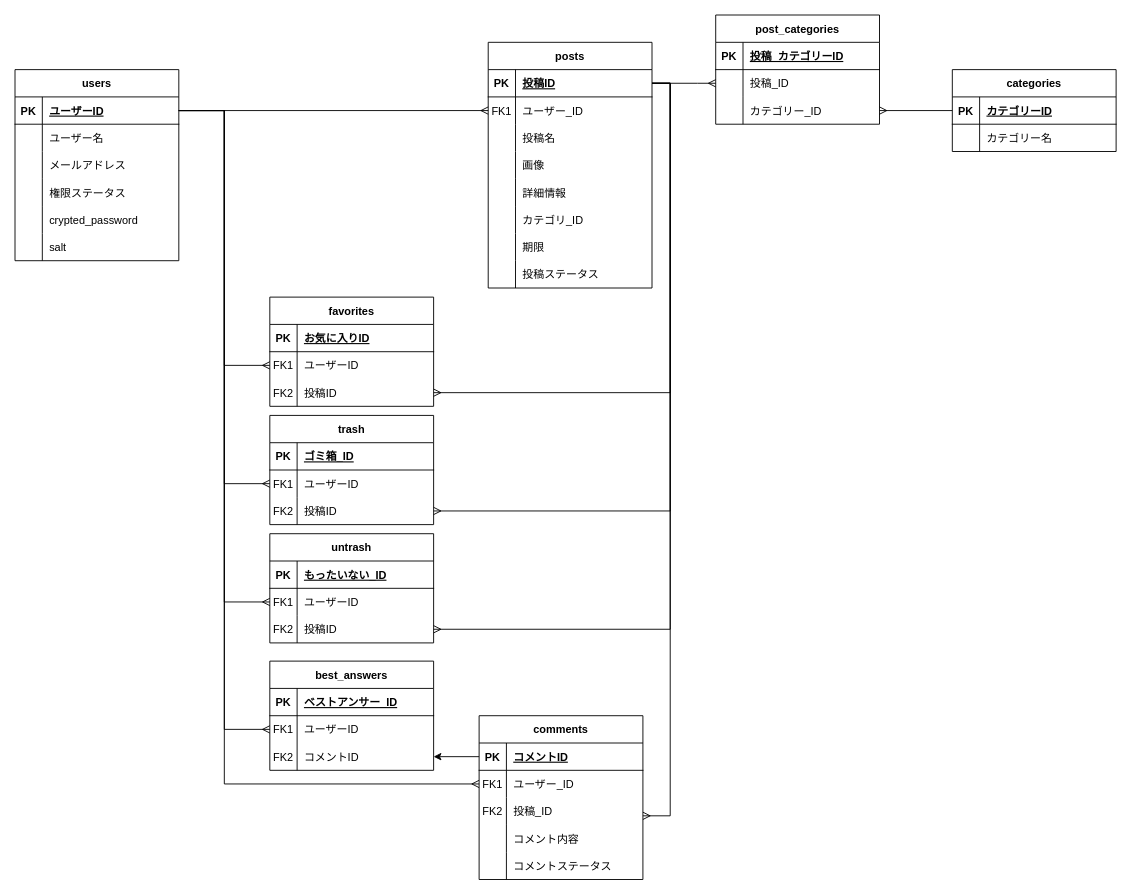
Yuto307/dansyaryu keeps this draw.io diagram as dansyaryu.drawio. Above is the earlier version. Source tidied: cells renumbered, new cells numbered last; positions are measured from the earlier drawing's top-left corner, leaving out a move shared by most shapes. Both pictures are drawn from the tidied source at 91%, with x=0, y=0 at pixel (15, 15).
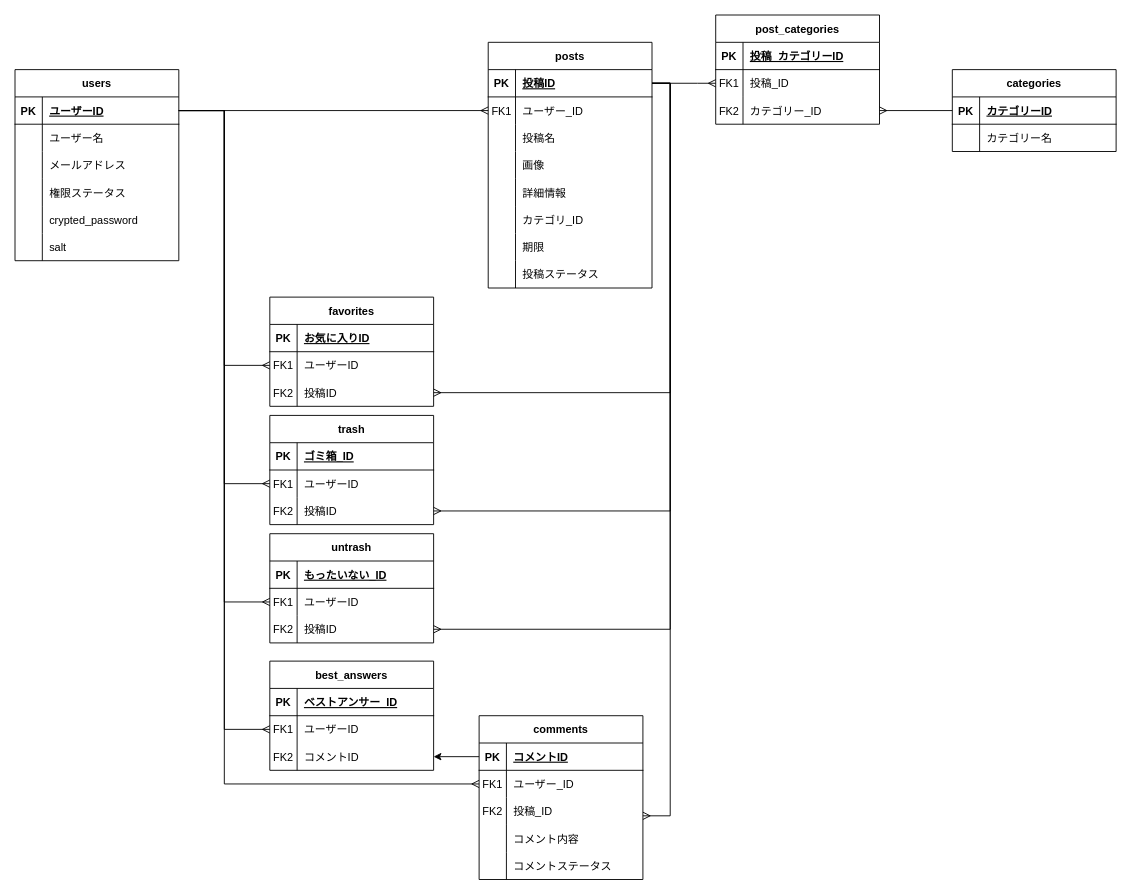
The same diagram, later.

Commit message (it also covers changes not shown here):
dansyaryu.drawio を更新します

Unchanged cells that the change refers to:
```xml
<mxCell id="125" style="shape=tableRow;horizontal=0;startSize=0;swimlaneHead=0;swimlaneBody=0;fillColor=none;points=[[0,0.5],[1,0.5]];portConstraint=eastwest;top=0;left=0;right=0;bottom=0;rounded=0;shadow=0;sketch=0;strokeColor=default;strokeWidth=1;" parent="121" vertex="1">
  <mxGeometry y="60" width="180" height="30" as="geometry" />
</mxCell>
<mxCell id="128" style="shape=tableRow;horizontal=0;startSize=0;swimlaneHead=0;swimlaneBody=0;fillColor=none;points=[[0,0.5],[1,0.5]];portConstraint=eastwest;top=0;left=0;right=0;bottom=0;rounded=0;shadow=0;sketch=0;strokeColor=default;strokeWidth=1;" parent="121" vertex="1">
  <mxGeometry y="90" width="180" height="30" as="geometry" />
</mxCell>
```

What changed in the source:
```diff
@@
-    <mxCell id="126" style="shape=partialRectangle;fillColor=none;top=0;left=0;bottom=0;right=0;overflow=hidden;rounded=0;shadow=0;sketch=0;strokeColor=default;strokeWidth=1;" parent="125" vertex="1">
+    <mxCell id="126" value="FK1" style="shape=partialRectangle;fillColor=none;top=0;left=0;bottom=0;right=0;overflow=hidden;rounded=0;shadow=0;sketch=0;strokeColor=default;strokeWidth=1;" parent="125" vertex="1">
       <mxGeometry width="30" height="30" as="geometry" />
     </mxCell>
@@
-    <mxCell id="129" style="shape=partialRectangle;fillColor=none;top=0;left=0;bottom=0;right=0;overflow=hidden;rounded=0;shadow=0;sketch=0;strokeColor=default;strokeWidth=1;" parent="128" vertex="1">
+    <mxCell id="129" value="FK2" style="shape=partialRectangle;fillColor=none;top=0;left=0;bottom=0;right=0;overflow=hidden;rounded=0;shadow=0;sketch=0;strokeColor=default;strokeWidth=1;" parent="128" vertex="1">
       <mxGeometry width="30" height="30" as="geometry" />
     </mxCell>
```
